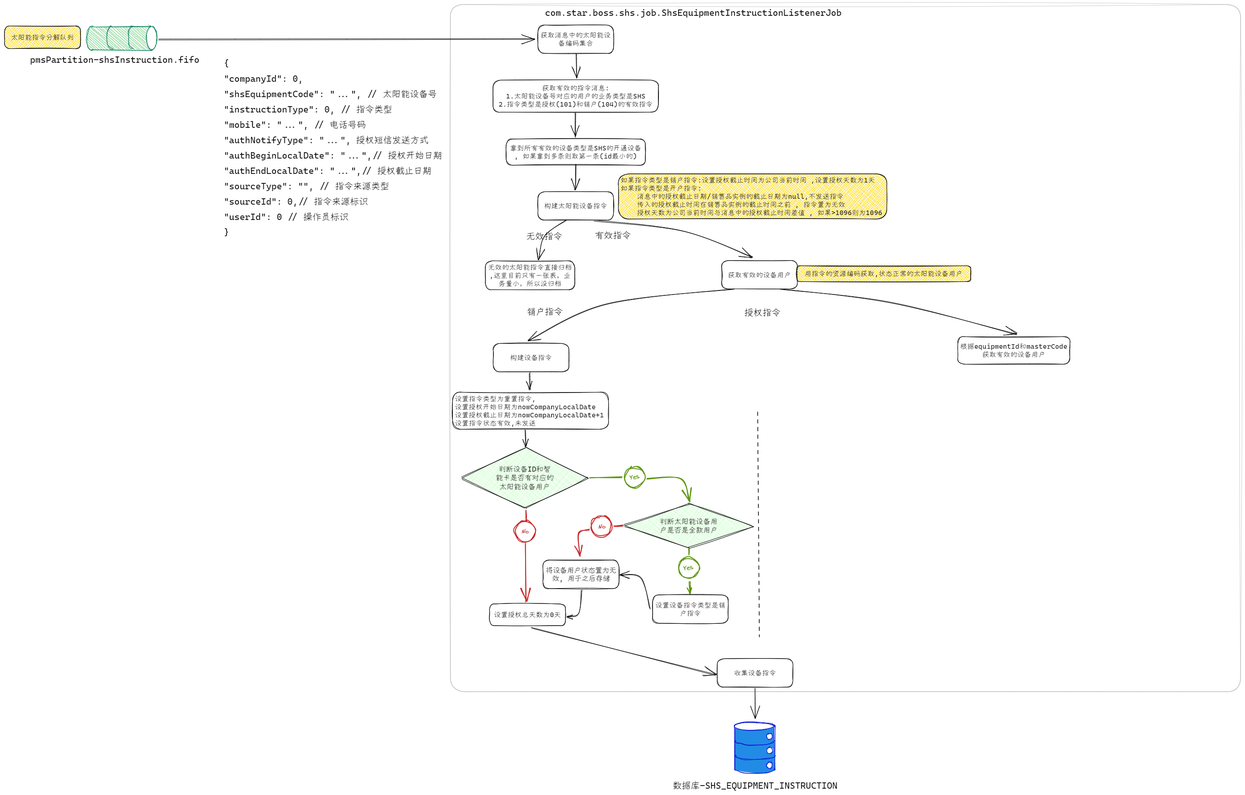
The Excalidraw diagram starboss/太阳能指令发送/3.太阳能指令分解.excalidraw.png in XujinCoding/Excalidraw, before a commit. Source tidied: one line per element, renumbered; positions are measured from the earlier drawing's top-left corner, leaving out a move shared by most shapes.
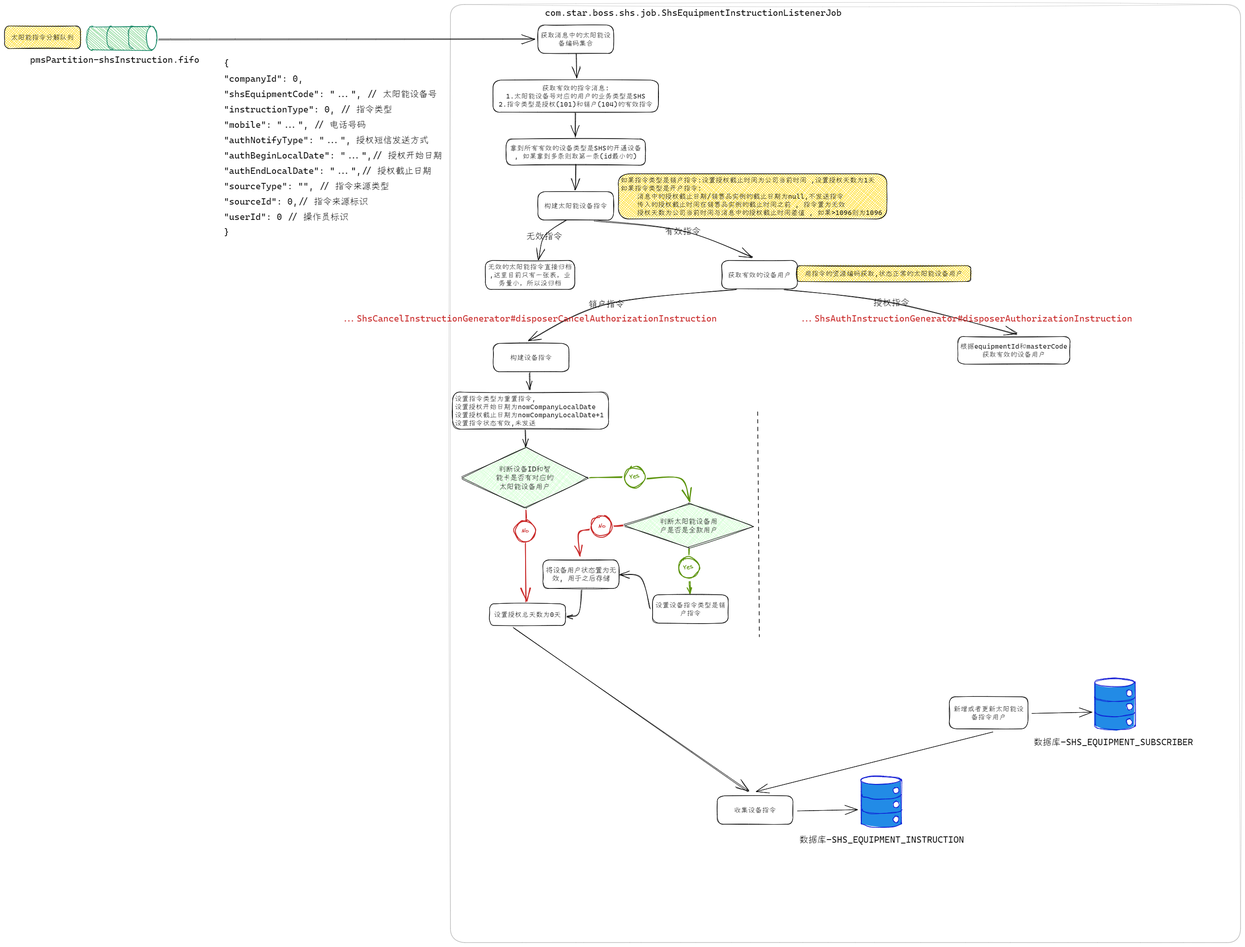
The same diagram one commit later.

The edit, as a diff of the source:
```diff
@@ -8,3 +8,3 @@
 {"id": 7, "type": "arrow", "strokeColor": "#000000", "strokeWidth": 1, "roughness": 1, "endArrowhead": "arrow", "round": true, "from": 3, "to": 10, "x": 340, "y": 80, "width": 834, "height": 1, "points": [[0, 0], [834, -1]]}
-{"id": 8, "type": "rectangle", "strokeColor": "#000000", "strokeWidth": 1, "roughness": 1, "opacity": 20, "round": true, "x": 987, "y": 3, "width": 1748, "height": 1521}
+{"id": 8, "type": "rectangle", "strokeColor": "#000000", "strokeWidth": 1, "roughness": 1, "opacity": 20, "round": true, "x": 987, "y": 3, "width": 1748, "height": 2077}
 {"id": 9, "type": "text", "text": "com.star.boss.shs.job.ShsEquipmentInstructionListenerJob", "strokeColor": "#000000", "strokeWidth": 1, "roughness": 1, "fontSize": 20, "fontFamily": 3, "x": 1196, "y": 9, "width": 656, "height": 24}
@@ -35,4 +35,4 @@
 {"id": 34, "type": "text", "text": "如果指令类型是销户指令:设置授权截止时间为公司当前时间 ,设置授权天数为1天\n如果指令类型是开户指令:\n    消息中的授权截止日期/销售品实例的截止日期为null,不发送指令\n    传入的授权截止时间在销售品实例的截止时间之前 , 指令置为无效\n    授权天数为公司当前时间与消息中的授权截止时间差值 , 如果>1096则为1096", "strokeColor": "#000000", "backgroundColor": "#228be6", "fillStyle": "hachure", "strokeWidth": 1, "roughness": 1, "fontSize": 15.5, "fontFamily": 3, "verticalAlign": "middle", "inside": 33, "x": 1363, "y": 383, "width": 579, "height": 90}
-{"id": 35, "type": "rectangle", "strokeColor": "#000000", "strokeWidth": 1, "roughness": 1, "round": true, "x": 1064, "y": 571, "width": 198, "height": 64}
+{"id": 35, "type": "rectangle", "strokeColor": "#000000", "strokeWidth": 1, "roughness": 1, "round": true, "x": 1064, "y": 570, "width": 198, "height": 64}
-{"id": 36, "type": "text", "text": "无效的太阳能指令直接归档\n,这里目前只有一张表，业\n务量小，所以没归档", "strokeColor": "#000000", "backgroundColor": "#228be6", "fillStyle": "hachure", "strokeWidth": 1, "roughness": 1, "fontSize": 15.5, "fontFamily": 3, "textAlign": "center", "verticalAlign": "middle", "inside": 35, "x": 1070, "y": 576, "width": 186, "height": 54}
+{"id": 36, "type": "text", "text": "无效的太阳能指令直接归档\n,这里目前只有一张表，业\n务量小，所以没归档", "strokeColor": "#000000", "backgroundColor": "#228be6", "fillStyle": "hachure", "strokeWidth": 1, "roughness": 1, "fontSize": 15.5, "fontFamily": 3, "textAlign": "center", "verticalAlign": "middle", "inside": 35, "x": 1070, "y": 575, "width": 186, "height": 54}
 {"id": 37, "type": "arrow", "strokeColor": "#000000", "strokeWidth": 1, "roughness": 1, "endArrowhead": "arrow", "round": true, "to": 35, "x": 1243, "y": 480, "width": 61, "height": 88, "points": [[0, 0], [-49, 36], [-61, 88]]}
@@ -40,3 +40,3 @@
 {"id": 39, "type": "arrow", "strokeColor": "#000000", "strokeWidth": 1, "roughness": 1, "endArrowhead": "arrow", "round": true, "from": 31, "to": 41, "x": 1305, "y": 481, "width": 351, "height": 83, "points": [[0, 0], [195, 24], [351, 83]]}
-{"id": 40, "type": "text", "text": "有效指令", "strokeColor": "#000000", "strokeWidth": 1, "roughness": 1, "fontSize": 20, "fontFamily": 3, "textAlign": "center", "verticalAlign": "middle", "inside": 39, "x": 1306, "y": 502, "width": 80, "height": 24}
+{"id": 40, "type": "text", "text": "有效指令", "strokeColor": "#000000", "strokeWidth": 1, "roughness": 1, "fontSize": 20, "fontFamily": 3, "textAlign": "center", "verticalAlign": "middle", "inside": 39, "x": 1461, "y": 493, "width": 80, "height": 24}
 {"id": 41, "type": "rectangle", "strokeColor": "#000000", "strokeWidth": 1, "roughness": 1, "round": true, "x": 1587, "y": 570, "width": 167, "height": 63}
@@ -45,6 +45,6 @@
 {"id": 44, "type": "text", "text": "用指令的资源编码获取,状态正常的太阳能设备用户", "strokeColor": "#000000", "backgroundColor": "#228be6", "fillStyle": "hachure", "strokeWidth": 1, "roughness": 1, "fontSize": 15.5, "fontFamily": 3, "textAlign": "center", "verticalAlign": "middle", "inside": 43, "x": 1770, "y": 590, "width": 350, "height": 18}
-{"id": 45, "type": "arrow", "strokeColor": "#000000", "strokeWidth": 1, "roughness": 1, "endArrowhead": "arrow", "round": true, "from": 41, "to": 49, "x": 1616, "y": 634, "width": 458, "height": 113, "points": [[0, 0], [-285, 33], [-458, 113]]}
+{"id": 45, "type": "arrow", "strokeColor": "#000000", "strokeWidth": 1, "roughness": 1, "endArrowhead": "arrow", "round": true, "from": 41, "to": 49, "x": 1620, "y": 635, "width": 461, "height": 112, "points": [[0, 0], [-289, 31], [-461, 112]]}
-{"id": 46, "type": "text", "text": "销户指令", "strokeColor": "#000000", "strokeWidth": 1, "roughness": 1, "fontSize": 20, "fontFamily": 3, "textAlign": "center", "verticalAlign": "middle", "inside": 45, "x": 1155, "y": 671, "width": 80, "height": 24}
+{"id": 46, "type": "text", "text": "销户指令", "strokeColor": "#000000", "strokeWidth": 1, "roughness": 1, "fontSize": 20, "fontFamily": 3, "textAlign": "center", "verticalAlign": "middle", "inside": 45, "x": 1292, "y": 654, "width": 80, "height": 24}
-{"id": 47, "type": "arrow", "strokeColor": "#000000", "strokeWidth": 1, "roughness": 1, "endArrowhead": "arrow", "round": true, "from": 41, "to": 51, "x": 1717, "y": 634, "width": 524, "height": 100, "points": [[0, 0], [246, 29], [524, 100]]}
+{"id": 47, "type": "arrow", "strokeColor": "#000000", "strokeWidth": 1, "roughness": 1, "endArrowhead": "arrow", "round": true, "from": 41, "to": 51, "x": 1724, "y": 635, "width": 516, "height": 99, "points": [[0, 0], [238, 28], [516, 99]]}
-{"id": 48, "type": "text", "text": "授权指令", "strokeColor": "#000000", "strokeWidth": 1, "roughness": 1, "fontSize": 20, "fontFamily": 3, "textAlign": "center", "verticalAlign": "middle", "inside": 47, "x": 1637, "y": 673, "width": 80, "height": 24}
+{"id": 48, "type": "text", "text": "授权指令", "strokeColor": "#000000", "strokeWidth": 1, "roughness": 1, "fontSize": 20, "fontFamily": 3, "textAlign": "center", "verticalAlign": "middle", "inside": 47, "x": 1923, "y": 651, "width": 80, "height": 24}
 {"id": 49, "type": "rectangle", "strokeColor": "#000000", "strokeWidth": 1, "roughness": 1, "round": true, "x": 1081, "y": 754, "width": 167, "height": 63}
@@ -61,6 +61,6 @@
 {"id": 60, "type": "arrow", "strokeColor": "#5c940d", "angle": 10.29, "strokeWidth": 2, "roughness": 1, "startArrowhead": "arrow", "round": true, "from": 67, "to": 62, "x": 1427, "y": 1083, "width": 98, "height": 57, "points": [[0, 0], [50, 17], [98, -40]]}
-{"id": 61, "type": "text", "text": "Yes", "strokeColor": "#5c940d", "angle": 12.38, "strokeWidth": 2, "roughness": 2, "fontSize": 13.34, "fontFamily": 1, "x": 1383, "y": 1040, "width": 21, "height": 17}
+{"id": 61, "type": "text", "text": "Yes", "strokeColor": "#5c940d", "angle": 12.38, "strokeWidth": 2, "roughness": 2, "fontSize": 13.34, "fontFamily": 1, "x": 1383, "y": 1040, "width": 21, "height": 16}
 {"id": 62, "type": "ellipse", "strokeColor": "#5c940d", "angle": 12.38, "strokeWidth": 2, "roughness": 2, "x": 1372, "y": 1026, "width": 46, "height": 46}
 {"id": 63, "type": "arrow", "strokeColor": "#c92a2a", "angle": 7.04, "backgroundColor": "#fff", "fillStyle": "solid", "strokeWidth": 2, "roughness": 1, "round": true, "from": 56, "to": 65, "x": 1147, "y": 1125, "width": 12, "height": 13, "points": [[0, 0], [12, 13]]}
-{"id": 64, "type": "text", "text": "No", "strokeColor": "#c92a2a", "angle": 6.33, "strokeWidth": 2, "roughness": 2, "fontSize": 13.34, "fontFamily": 1, "x": 1144, "y": 1161, "width": 16, "height": 17}
+{"id": 64, "type": "text", "text": "No", "strokeColor": "#c92a2a", "angle": 6.33, "strokeWidth": 2, "roughness": 2, "fontSize": 13.34, "fontFamily": 1, "x": 1144, "y": 1161, "width": 16, "height": 16}
 {"id": 65, "type": "ellipse", "strokeColor": "#c92a2a", "angle": 6.33, "strokeWidth": 2, "roughness": 2, "x": 1129, "y": 1146, "width": 46, "height": 46}
@@ -71,3 +71,3 @@
 {"id": 70, "type": "arrow", "strokeColor": "#5c940d", "angle": 5.6, "strokeWidth": 2, "roughness": 1, "startArrowhead": "arrow", "round": true, "from": 73, "to": 72, "x": 1508, "y": 1305, "width": 16, "height": 21, "points": [[0, 0], [16, -21]]}
-{"id": 71, "type": "text", "text": "Yes", "strokeColor": "#5c940d", "angle": 6.12, "strokeWidth": 2, "roughness": 2, "fontSize": 13.34, "fontFamily": 1, "x": 1502, "y": 1240, "width": 21, "height": 17}
+{"id": 71, "type": "text", "text": "Yes", "strokeColor": "#5c940d", "angle": 6.12, "strokeWidth": 2, "roughness": 2, "fontSize": 13.34, "fontFamily": 1, "x": 1502, "y": 1240, "width": 21, "height": 16}
 {"id": 72, "type": "ellipse", "strokeColor": "#5c940d", "angle": 6.12, "strokeWidth": 2, "roughness": 2, "x": 1491, "y": 1227, "width": 46, "height": 46}
@@ -76,3 +76,3 @@
 {"id": 75, "type": "arrow", "strokeColor": "#c92a2a", "angle": 8.52, "backgroundColor": "#fff", "fillStyle": "solid", "strokeWidth": 2, "roughness": 1, "round": true, "from": 67, "to": 77, "x": 1352, "y": 1151, "width": 13, "height": 14, "points": [[0, 0], [13, 14]]}
-{"id": 76, "type": "text", "text": "No", "strokeColor": "#c92a2a", "angle": 12.53, "strokeWidth": 2, "roughness": 2, "fontSize": 13.34, "fontFamily": 1, "x": 1314, "y": 1150, "width": 16, "height": 17}
+{"id": 76, "type": "text", "text": "No", "strokeColor": "#c92a2a", "angle": 12.53, "strokeWidth": 2, "roughness": 2, "fontSize": 13.34, "fontFamily": 1, "x": 1314, "y": 1150, "width": 16, "height": 16}
 {"id": 77, "type": "ellipse", "strokeColor": "#c92a2a", "angle": 12.53, "strokeWidth": 2, "roughness": 2, "x": 1298, "y": 1135, "width": 46, "height": 46}
@@ -85,14 +85,28 @@
 {"id": 84, "type": "arrow", "strokeColor": "#000000", "strokeWidth": 1, "roughness": 1, "endArrowhead": "arrow", "round": true, "from": 79, "to": 82, "x": 1277, "y": 1300, "width": 33, "height": 58, "points": [[0, 0], [-7, 51], [-33, 58]]}
-{"id": 85, "type": "rectangle", "strokeColor": "#000000", "strokeWidth": 1, "roughness": 1, "round": true, "x": 1577, "y": 1451, "width": 167, "height": 63}
+{"id": 85, "type": "rectangle", "strokeColor": "#000000", "strokeWidth": 1, "roughness": 1, "round": true, "x": 1577, "y": 1755, "width": 167, "height": 63}
-{"id": 86, "type": "text", "text": "收集设备指令", "strokeColor": "#000000", "backgroundColor": "#228be6", "fillStyle": "hachure", "strokeWidth": 1, "roughness": 1, "fontSize": 15.5, "fontFamily": 3, "textAlign": "center", "verticalAlign": "middle", "inside": 85, "x": 1614, "y": 1474, "width": 93, "height": 18}
+{"id": 86, "type": "text", "text": "收集设备指令", "strokeColor": "#000000", "backgroundColor": "#228be6", "fillStyle": "hachure", "strokeWidth": 1, "roughness": 1, "fontSize": 15.5, "fontFamily": 3, "textAlign": "center", "verticalAlign": "middle", "inside": 85, "x": 1614, "y": 1778, "width": 93, "height": 18}
-{"id": 87, "type": "arrow", "strokeColor": "#000000", "strokeWidth": 1, "roughness": 1, "endArrowhead": "arrow", "round": true, "from": 82, "to": 85, "x": 1166, "y": 1383, "width": 408, "height": 105, "points": [[0, 0], [408, 105]]}
+{"id": 87, "type": "arrow", "strokeColor": "#000000", "strokeWidth": 1, "roughness": 1, "endArrowhead": "arrow", "round": true, "from": 82, "to": 85, "x": 1126, "y": 1383, "width": 520, "height": 364, "points": [[0, 0], [520, 364]]}
-{"id": 88, "type": "line", "strokeColor": "#0a11d3", "backgroundColor": "#228be6", "fillStyle": "solid", "strokeWidth": 1, "roughness": 1, "round": true, "x": 1617, "y": 1600, "width": 88, "height": 114, "points": [[0, 0], [0, 86], [0, 96], [5, 100], [20, 104], [47, 105], [72, 103], [86, 99], [88, 95], [88, 87], [88, 7], [87, 0], [82, -5], [70, -7], [43, -9], [21, -8], [4, -4], [0, 0], [0, 0]]}
+{"id": 88, "type": "line", "strokeColor": "#0a11d3", "backgroundColor": "#228be6", "fillStyle": "solid", "strokeWidth": 1, "roughness": 1, "round": true, "x": 1897, "y": 1720, "width": 88, "height": 114, "points": [[0, 0], [0, 86], [0, 96], [5, 100], [20, 104], [47, 105], [72, 103], [86, 99], [88, 95], [88, 87], [88, 7], [87, 0], [82, -5], [70, -7], [43, -9], [21, -8], [4, -4], [0, 0], [0, 0]]}
-{"id": 89, "type": "line", "strokeColor": "#0a11d3", "strokeWidth": 1, "roughness": 1, "round": true, "x": 1617, "y": 1666, "width": 88, "height": 10, "points": [[0, 0], [2, 4], [12, 7], [26, 9], [47, 9], [71, 8], [85, 3], [88, 0]]}
+{"id": 89, "type": "line", "strokeColor": "#0a11d3", "strokeWidth": 1, "roughness": 1, "round": true, "x": 1897, "y": 1786, "width": 88, "height": 10, "points": [[0, 0], [2, 4], [12, 7], [26, 9], [47, 9], [71, 8], [85, 3], [88, 0]]}
-{"id": 90, "type": "line", "strokeColor": "#0a11d3", "strokeWidth": 1, "roughness": 1, "round": true, "x": 1616, "y": 1633, "width": 88, "height": 10, "points": [[0, 0], [2, 4], [12, 7], [26, 9], [47, 9], [71, 8], [85, 3], [88, 0]]}
+{"id": 90, "type": "line", "strokeColor": "#0a11d3", "strokeWidth": 1, "roughness": 1, "round": true, "x": 1896, "y": 1753, "width": 88, "height": 10, "points": [[0, 0], [2, 4], [12, 7], [26, 9], [47, 9], [71, 8], [85, 3], [88, 0]]}
-{"id": 91, "type": "ellipse", "strokeColor": "#0a11d3", "backgroundColor": "#fff", "fillStyle": "solid", "strokeWidth": 1, "roughness": 1, "x": 1615, "y": 1592, "width": 88, "height": 18}
+{"id": 91, "type": "ellipse", "strokeColor": "#0a11d3", "backgroundColor": "#fff", "fillStyle": "solid", "strokeWidth": 1, "roughness": 1, "x": 1895, "y": 1712, "width": 88, "height": 18}
-{"id": 92, "type": "ellipse", "strokeColor": "#0a11d3", "backgroundColor": "#fff", "fillStyle": "solid", "strokeWidth": 1, "roughness": 1, "x": 1687, "y": 1617, "width": 13, "height": 14}
+{"id": 92, "type": "ellipse", "strokeColor": "#0a11d3", "backgroundColor": "#fff", "fillStyle": "solid", "strokeWidth": 1, "roughness": 1, "x": 1967, "y": 1737, "width": 13, "height": 14}
-{"id": 93, "type": "ellipse", "strokeColor": "#0a11d3", "backgroundColor": "#fff", "fillStyle": "solid", "strokeWidth": 1, "roughness": 1, "x": 1687, "y": 1648, "width": 13, "height": 14}
+{"id": 93, "type": "ellipse", "strokeColor": "#0a11d3", "backgroundColor": "#fff", "fillStyle": "solid", "strokeWidth": 1, "roughness": 1, "x": 1967, "y": 1768, "width": 13, "height": 14}
-{"id": 94, "type": "ellipse", "strokeColor": "#0a11d3", "backgroundColor": "#fff", "fillStyle": "solid", "strokeWidth": 1, "roughness": 1, "x": 1687, "y": 1681, "width": 13, "height": 14}
+{"id": 94, "type": "ellipse", "strokeColor": "#0a11d3", "backgroundColor": "#fff", "fillStyle": "solid", "strokeWidth": 1, "roughness": 1, "x": 1967, "y": 1801, "width": 13, "height": 14}
-{"id": 95, "type": "text", "text": "数据库-SHS_EQUIPMENT_INSTRUCTION", "strokeColor": "#000000", "strokeWidth": 1, "roughness": 1, "fontSize": 20, "fontFamily": 3, "x": 1479, "y": 1720, "width": 365, "height": 24}
+{"id": 95, "type": "text", "text": "数据库-SHS_EQUIPMENT_INSTRUCTION", "strokeColor": "#000000", "strokeWidth": 1, "roughness": 1, "fontSize": 20, "fontFamily": 3, "x": 1759, "y": 1840, "width": 365, "height": 24}
 {"id": 96, "type": "arrow", "strokeColor": "#000000", "strokeWidth": 1, "strokeStyle": "dashed", "roughness": 1, "round": true, "x": 1667, "y": 905, "width": 2, "height": 498, "points": [[0, 0], [2, 498]]}
-{"id": 97, "type": "arrow", "strokeColor": "#000000", "strokeWidth": 1, "roughness": 0, "endArrowhead": "arrow", "round": true, "from": 85, "to": 91, "x": 1661, "y": 1516, "width": 1, "height": 68, "points": [[0, 0], [1, 68]]}
+{"id": 97, "type": "arrow", "strokeColor": "#000000", "strokeWidth": 1, "roughness": 0, "endArrowhead": "arrow", "round": true, "from": 85, "x": 1755, "y": 1789, "width": 133, "height": 3, "points": [[0, 0], [133, -3]]}
+{"id": 98, "type": "text", "text": "...ShsCancelInstructionGenerator#disposerCancelAuthorizationInstruction", "strokeColor": "#c92a2a", "strokeWidth": 1, "roughness": 0, "fontSize": 20, "fontFamily": 3, "x": 744, "y": 686, "width": 832, "height": 24}
+{"id": 99, "type": "text", "text": "...ShsAuthInstructionGenerator#disposerAuthorizationInstruction", "strokeColor": "#c92a2a", "strokeWidth": 1, "roughness": 0, "fontSize": 20, "fontFamily": 3, "x": 1757, "y": 686, "width": 738, "height": 24}
+{"id": 100, "type": "rectangle", "strokeColor": "#000000", "strokeWidth": 1, "roughness": 1, "round": true, "x": 2091, "y": 1536, "width": 174, "height": 71}
+{"id": 101, "type": "text", "text": "新增或者更新太阳能设\n备指令用户", "strokeColor": "#000000", "backgroundColor": "#228be6", "fillStyle": "hachure", "strokeWidth": 1, "roughness": 1, "fontSize": 15.5, "fontFamily": 3, "textAlign": "center", "verticalAlign": "middle", "inside": 100, "x": 2100, "y": 1554, "width": 155, "height": 36}
+{"id": 102, "type": "line", "strokeColor": "#0a11d3", "backgroundColor": "#228be6", "fillStyle": "solid", "strokeWidth": 1, "roughness": 1, "round": true, "x": 2413, "y": 1504, "width": 88, "height": 114, "points": [[0, 0], [0, 86], [0, 96], [5, 100], [20, 104], [47, 105], [72, 103], [86, 99], [88, 95], [88, 87], [88, 7], [87, 0], [82, -5], [70, -7], [43, -9], [21, -8], [4, -4], [0, 0], [0, 0]]}
+{"id": 103, "type": "line", "strokeColor": "#0a11d3", "strokeWidth": 1, "roughness": 1, "round": true, "x": 2414, "y": 1570, "width": 88, "height": 10, "points": [[0, 0], [2, 4], [12, 7], [26, 9], [47, 9], [71, 8], [85, 3], [88, 0]]}
+{"id": 104, "type": "line", "strokeColor": "#0a11d3", "strokeWidth": 1, "roughness": 1, "round": true, "x": 2413, "y": 1537, "width": 88, "height": 10, "points": [[0, 0], [2, 4], [12, 7], [26, 9], [47, 9], [71, 8], [85, 3], [88, 0]]}
+{"id": 105, "type": "ellipse", "strokeColor": "#0a11d3", "backgroundColor": "#fff", "fillStyle": "solid", "strokeWidth": 1, "roughness": 1, "x": 2412, "y": 1496, "width": 88, "height": 18}
+{"id": 106, "type": "ellipse", "strokeColor": "#0a11d3", "backgroundColor": "#fff", "fillStyle": "solid", "strokeWidth": 1, "roughness": 1, "x": 2483, "y": 1521, "width": 13, "height": 14}
+{"id": 107, "type": "ellipse", "strokeColor": "#0a11d3", "backgroundColor": "#fff", "fillStyle": "solid", "strokeWidth": 1, "roughness": 1, "x": 2483, "y": 1552, "width": 13, "height": 14}
+{"id": 108, "type": "ellipse", "strokeColor": "#0a11d3", "backgroundColor": "#fff", "fillStyle": "solid", "strokeWidth": 1, "roughness": 1, "x": 2483, "y": 1585, "width": 13, "height": 14}
+{"id": 109, "type": "text", "text": "数据库-SHS_EQUIPMENT_SUBSCRIBER", "strokeColor": "#000000", "strokeWidth": 1, "roughness": 1, "fontSize": 20, "fontFamily": 3, "x": 2277, "y": 1624, "width": 353, "height": 24}
+{"id": 110, "type": "arrow", "strokeColor": "#000000", "strokeWidth": 1, "roughness": 0, "endArrowhead": "arrow", "round": true, "from": 100, "x": 2273, "y": 1573, "width": 133, "height": 3, "points": [[0, 0], [133, -3]]}
+{"id": 111, "type": "arrow", "strokeColor": "#000000", "strokeWidth": 1, "roughness": 0, "endArrowhead": "arrow", "round": true, "from": 100, "to": 85, "x": 2187, "y": 1614, "width": 524, "height": 132, "points": [[0, 0], [-524, 132]]}
```
